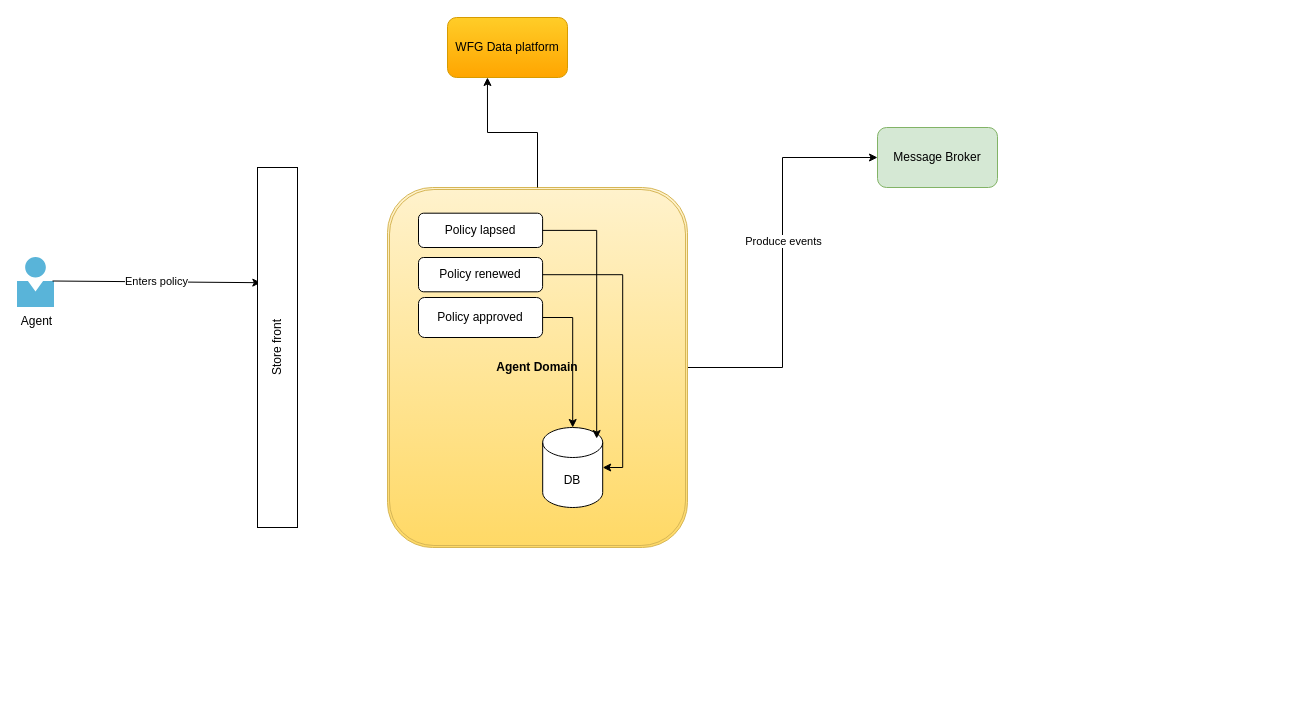
Before: eda diagram.drawio in ovruch/dotfiles, a draw.io diagram. Source tidied: cells renumbered, new cells numbered last; positions are measured from the earlier drawing's top-left corner, leaving out a move shared by most shapes. Both pictures are drawn from the tidied source at 100%, with x=0, y=0 at pixel (17, 17).
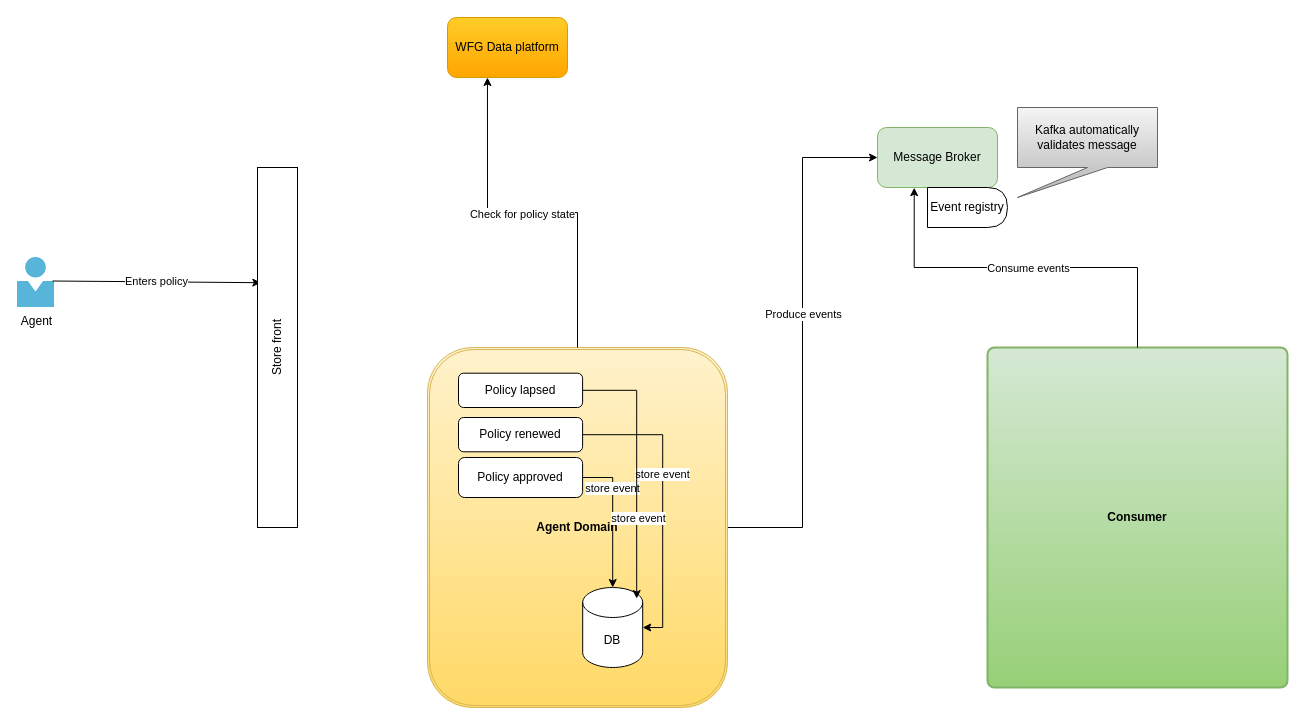
After the change.

Unchanged cells that the change refers to:
```xml
<mxCell id="3" value="Message Broker" style="rounded=1;whiteSpace=wrap;html=1;fillColor=#d5e8d4;strokeColor=#82b366;" parent="1" vertex="1">
  <mxGeometry x="860" y="110" width="120" height="60" as="geometry" />
</mxCell>
<mxCell id="12" style="edgeStyle=orthogonalEdgeStyle;rounded=0;jettySize=auto;html=1;" parent="9" edge="1" source="13" target="14">
  <mxGeometry relative="1" as="geometry" />
</mxCell>
<mxCell id="15" style="edgeStyle=orthogonalEdgeStyle;rounded=0;jettySize=auto;html=1;entryX=1;entryY=0.5;entryDx=0;entryDy=0;entryPerimeter=0;" parent="9" edge="1" source="11" target="14">
  <mxGeometry relative="1" as="geometry" />
</mxCell>
<mxCell id="16" style="edgeStyle=orthogonalEdgeStyle;rounded=0;jettySize=auto;html=1;entryX=0.9;entryY=0.138;entryDx=0;entryDy=0;entryPerimeter=0;" parent="9" edge="1" source="10" target="14">
  <mxGeometry relative="1" as="geometry" />
</mxCell>
<mxCell id="17" style="edgeStyle=orthogonalEdgeStyle;rounded=0;jettySize=auto;html=1;entryX=0.333;entryY=1;entryDx=0;entryDy=0;entryPerimeter=0;" parent="1" edge="1" source="9" target="2">
  <mxGeometry relative="1" as="geometry" />
</mxCell>
```

What changed in the source:
```diff
@@
     <mxCell id="9" value="Agent Domain" style="shape=ext;double=1;rounded=1;whiteSpace=wrap;html=1;fillColor=#fff2cc;gradientColor=#ffd966;strokeColor=#d6b656;fontStyle=1;" parent="1" vertex="1">
-      <mxGeometry x="370" y="170" width="300" height="360" as="geometry" />
+      <mxGeometry x="410" y="330" width="300" height="360" as="geometry" />
     </mxCell>
@@
+    <mxCell id="18" value="store event" style="edgeLabel;html=1;align=center;verticalAlign=middle;" parent="12" vertex="1">
+      <mxGeometry x="-0.41" y="-1" relative="1" as="geometry" />
+    </mxCell>
@@
+    <mxCell id="19" value="store event" style="edgeLabel;html=1;align=center;verticalAlign=middle;" parent="15" vertex="1">
+      <mxGeometry x="-0.19" y="-1" relative="1" as="geometry" />
+    </mxCell>
@@
+    <mxCell id="20" value="store event" style="edgeLabel;html=1;align=center;verticalAlign=middle;" parent="16" vertex="1">
+      <mxGeometry x="0.39" y="1" relative="1" as="geometry" />
+    </mxCell>
@@
+    <mxCell id="21" value="Check for policy state" style="edgeLabel;html=1;align=center;verticalAlign=middle;" parent="17" vertex="1">
+      <mxGeometry x="0.06" y="1" relative="1" as="geometry" />
+    </mxCell>
+    <mxCell id="22" value="Event registry" style="shape=delay;whiteSpace=wrap;html=1;" parent="1" vertex="1">
+      <mxGeometry x="910" y="170" width="80" height="40" as="geometry" />
+    </mxCell>
+    <mxCell id="23" value="Kafka automatically validates message" style="shape=callout;whiteSpace=wrap;html=1;perimeter=calloutPerimeter;position2=0;fillColor=#f5f5f5;gradientColor=#b3b3b3;strokeColor=#666666;" parent="1" vertex="1">
+      <mxGeometry x="1000" y="90" width="140" height="90" as="geometry" />
+    </mxCell>
+    <mxCell id="24" value="Consumer" style="rounded=1;whiteSpace=wrap;html=1;absoluteArcSize=1;arcSize=14;strokeWidth=2;fillColor=#d5e8d4;gradientColor=#97d077;strokeColor=#82b366;fontStyle=1;" parent="1" vertex="1">
+      <mxGeometry x="970" y="330" width="300" height="340" as="geometry" />
+    </mxCell>
+    <mxCell id="25" style="edgeStyle=orthogonalEdgeStyle;rounded=0;jettySize=auto;html=1;entryX=0.306;entryY=1.003;entryDx=0;entryDy=0;entryPerimeter=0;" parent="1" edge="1" source="24" target="3">
+      <mxGeometry relative="1" as="geometry" />
+    </mxCell>
+    <mxCell id="26" value="Consume events" style="edgeLabel;html=1;align=center;verticalAlign=middle;" parent="25" vertex="1">
+      <mxGeometry x="-0.01" relative="1" as="geometry" />
+    </mxCell>
```
